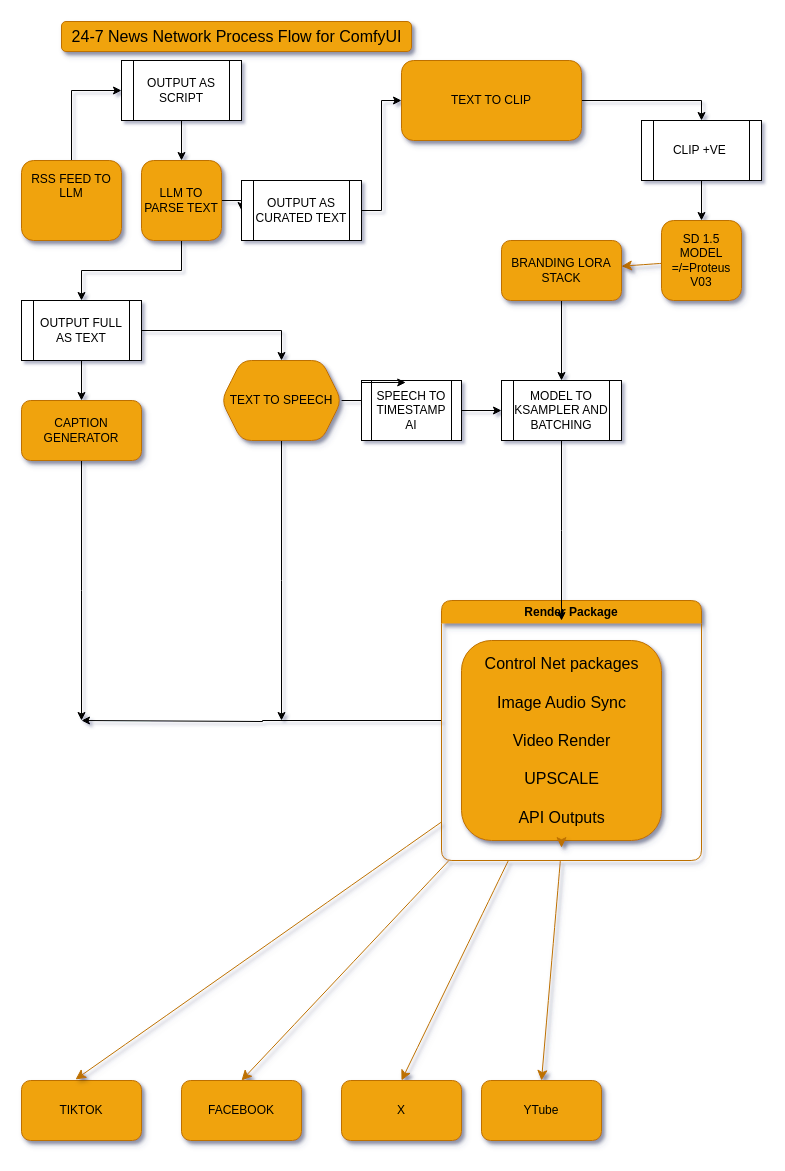
BAIS1C/ComfyUI_RSS_Feed_Reader keeps this draw.io diagram as Untitled Diagram.drawio. Above is the earlier version. Source tidied: cells renumbered, new cells numbered last; positions are measured from the earlier drawing's top-left corner, leaving out a move shared by most shapes. Both pictures are drawn from the tidied source at 100%, with x=0, y=0 at pixel (21, 21).
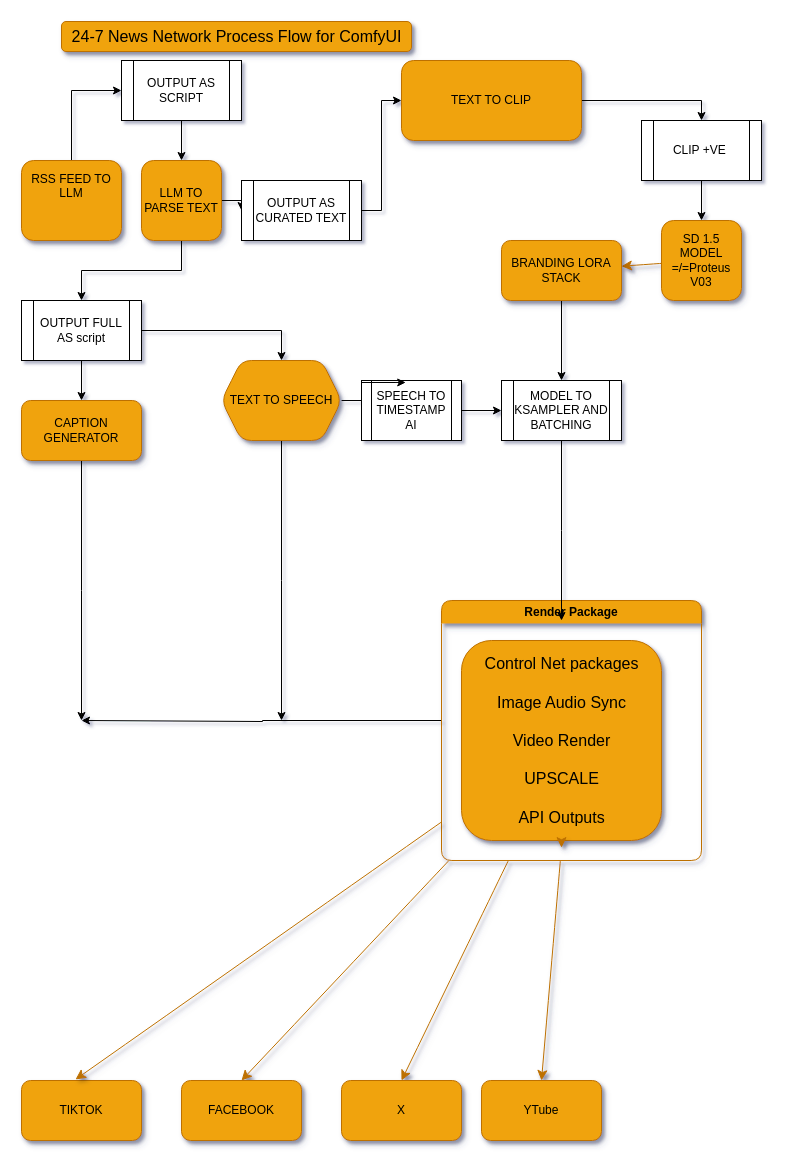
The same diagram, later.

Change to the diagram source:
```diff
@@
-    <mxCell id="34" value="OUTPUT FULL AS TEXT" style="shape=process;whiteSpace=wrap;html=1;backgroundOutline=1;" parent="1" vertex="1">
+    <mxCell id="34" value="OUTPUT FULL AS script" style="shape=process;whiteSpace=wrap;html=1;backgroundOutline=1;" parent="1" vertex="1">
       <mxGeometry y="279" width="120" height="60" as="geometry" />
     </mxCell>
```
